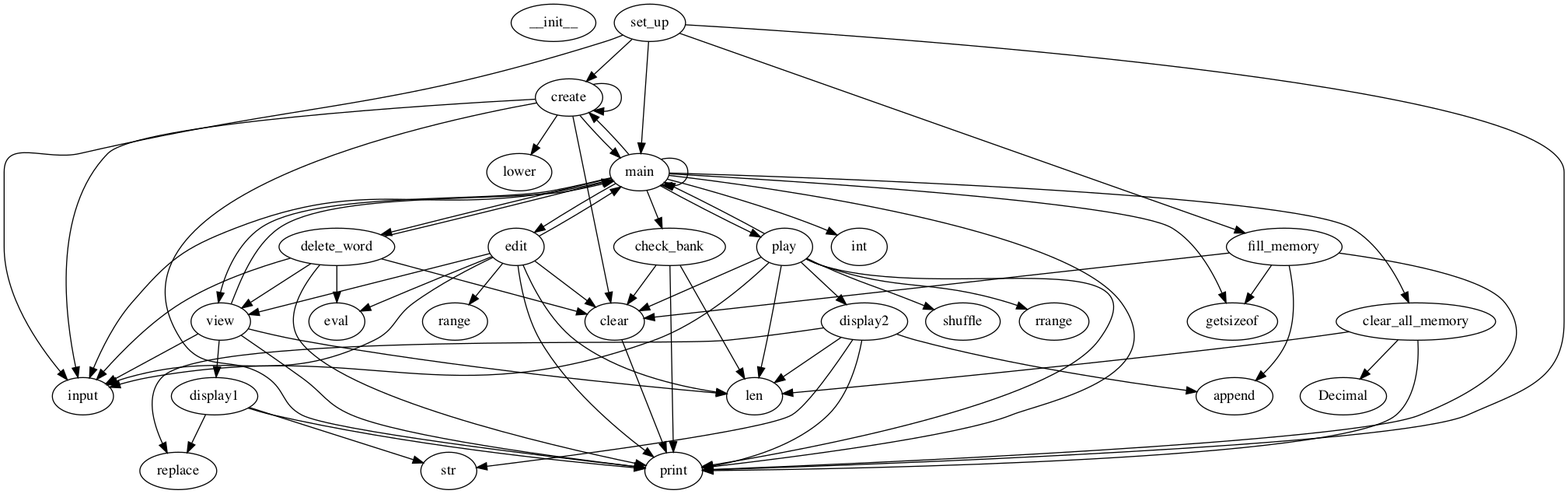
Earlier version of the Graphviz export CallGraph_images/Hangman.png (JordanCoyne97/Final_Year_Project). Its source is kept beside it as CallGraph_dots/Hangman.dot.
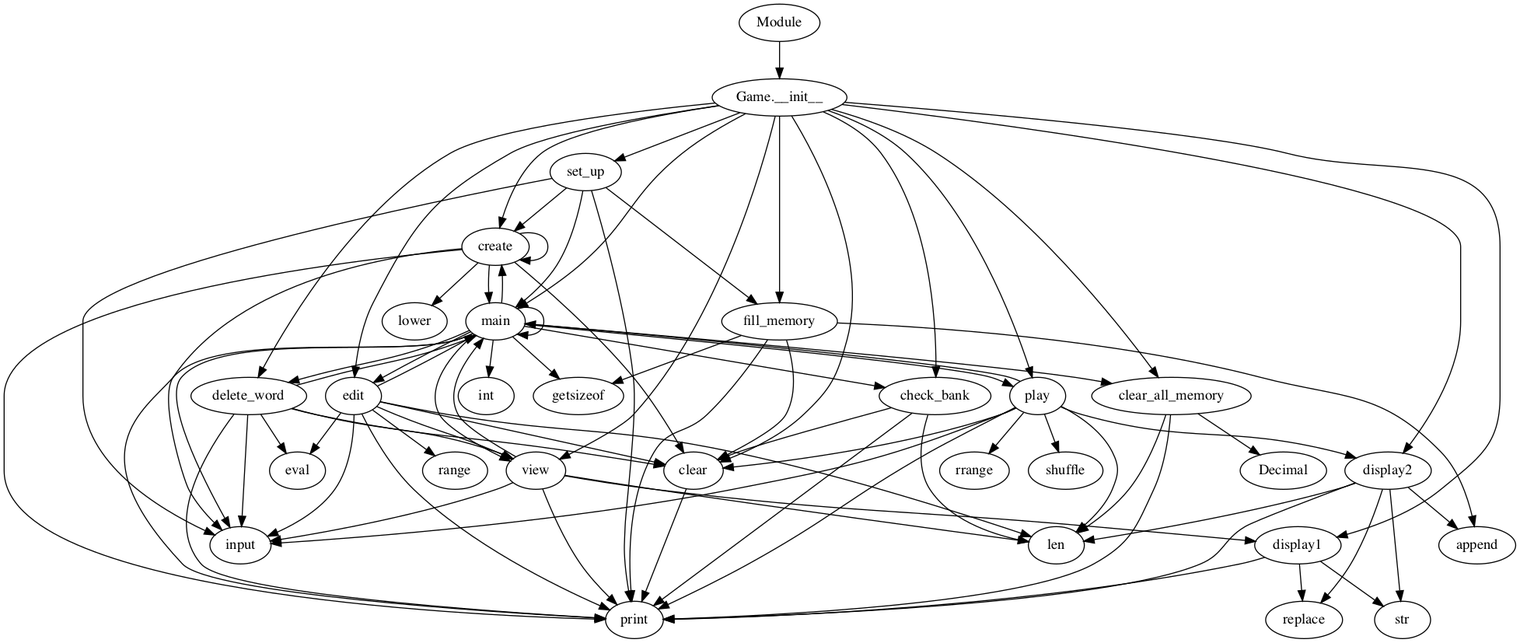
Later version of the same file.

The edit, as a diff of the source:
```diff
@@ -1,5 +1,4 @@
 digraph  {
-__init__;
 set_up;
 input;
 fill_memory;
@@ -27,6 +26,8 @@
 shuffle;
 rrange;
 int;
+Module;
+"Game.__init__";
 set_up -> input;
 set_up -> fill_memory;
 set_up -> print;
@@ -96,4 +97,18 @@
 play -> input;
 play -> clear;
 play -> main;
+Module -> "Game.__init__";
+"Game.__init__" -> set_up;
+"Game.__init__" -> clear;
+"Game.__init__" -> fill_memory;
+"Game.__init__" -> display1;
+"Game.__init__" -> check_bank;
+"Game.__init__" -> create;
+"Game.__init__" -> clear_all_memory;
+"Game.__init__" -> delete_word;
+"Game.__init__" -> view;
+"Game.__init__" -> display2;
+"Game.__init__" -> edit;
+"Game.__init__" -> play;
+"Game.__init__" -> main;
 }
```
